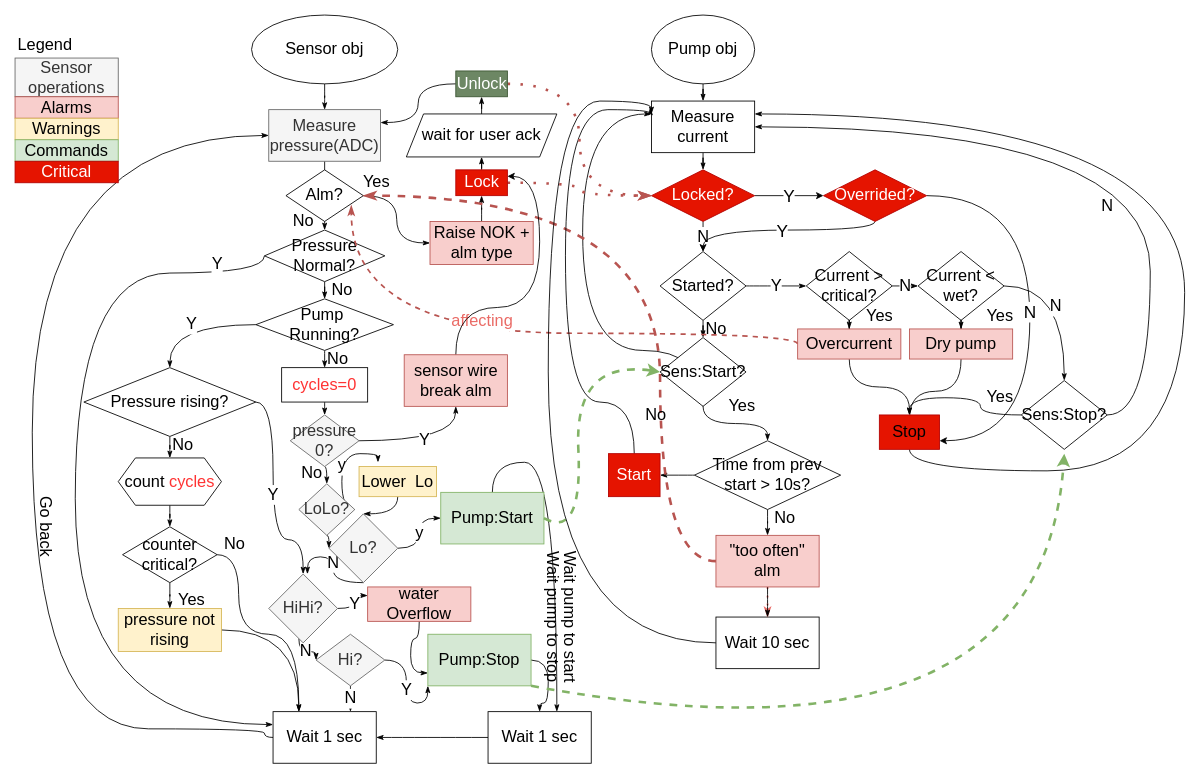
Earlier version of the draw.io diagram page "Algo" (2 of 3) of PumpDriver.drawio (megavad/Diagrams). Source tidied: cells renumbered, new cells numbered last; positions are measured from the earlier drawing's top-left corner, leaving out a move shared by most shapes. Both pictures are drawn from the tidied source at 86%, with x=0, y=0 at pixel (6, 15).
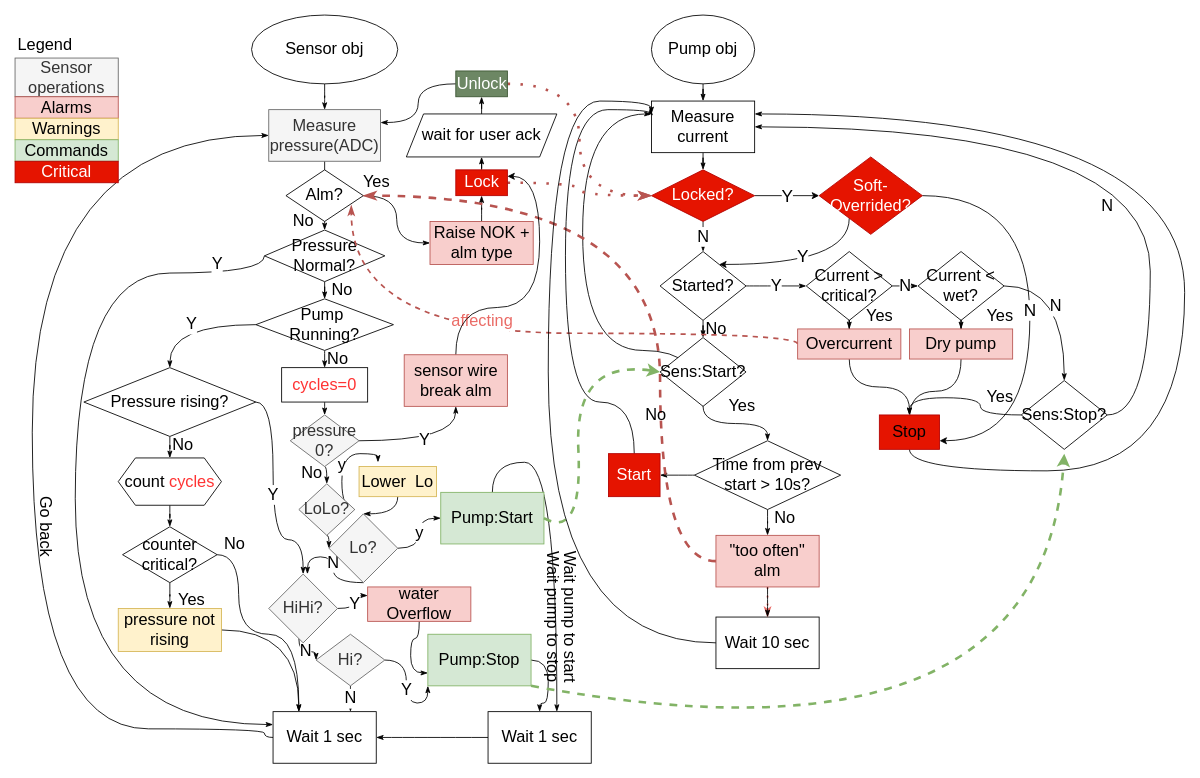
After the change.

Unchanged cells that the change refers to:
```xml
<mxCell id="38" value="Started?" style="rhombus;whiteSpace=wrap;html=1;fontSize=19;strokeWidth=1;" parent="1" vertex="1">
  <mxGeometry x="760" y="275" width="100" height="80" as="geometry" />
</mxCell>
```

What changed in the source:
```diff
@@
     <mxCell id="132" value="Y" style="edgeStyle=orthogonalEdgeStyle;curved=1;jettySize=auto;html=1;fontSize=20;" parent="1" edge="1" source="134" target="38">
-      <mxGeometry relative="1" as="geometry">
+      <mxGeometry x="0.06" y="-10" relative="1" as="geometry">
         <Array as="points">
-          <mxPoint x="1010" y="250" />
-          <mxPoint x="810" y="250" />
+          <mxPoint x="980" y="290" />
         </Array>
+        <mxPoint x="1" as="offset" />
       </mxGeometry>
     </mxCell>
@@
-    <mxCell id="134" value="Overrided?" style="rhombus;whiteSpace=wrap;html=1;fontSize=19;fontColor=#ffffff;strokeWidth=1;fillColor=#e51400;strokeColor=#B20000;" parent="1" vertex="1">
-      <mxGeometry x="950" y="180" width="120" height="60" as="geometry" />
+    <mxCell id="134" value="Soft-&lt;br&gt;Overrided?" style="rhombus;whiteSpace=wrap;html=1;fontSize=19;fontColor=#ffffff;strokeWidth=1;fillColor=#e51400;strokeColor=#B20000;" parent="1" vertex="1">
+      <mxGeometry x="945" y="165" width="120" height="90" as="geometry" />
     </mxCell>
```
